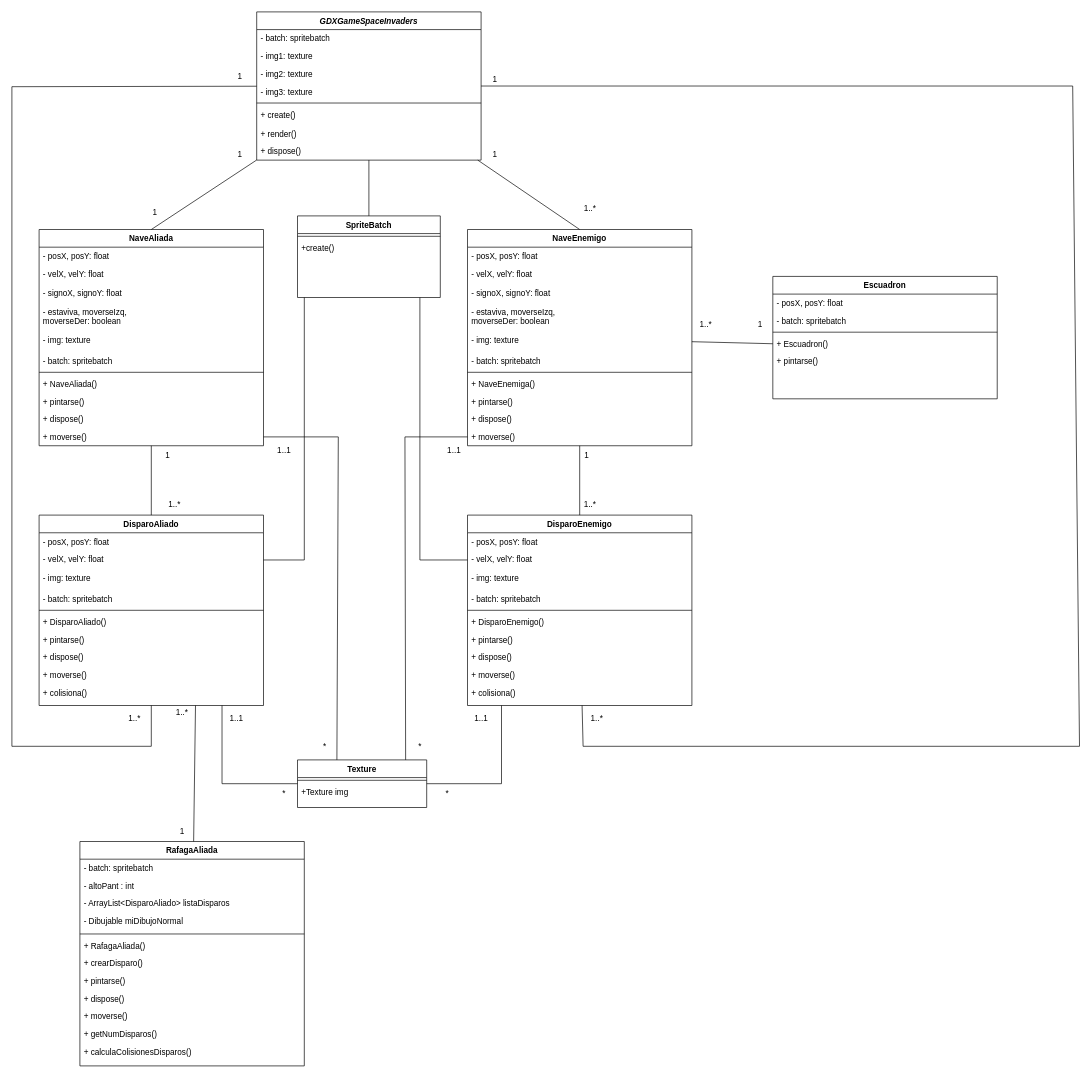
This is Diagramas/DiagramaClasesSpaceInvaders.drawio from FranBuenoBerlanga/SpaceInvadersSCRUM, a draw.io file, before an edit. Source tidied: cells renumbered, new cells numbered last; positions are measured from the earlier drawing's top-left corner, leaving out a move shared by most shapes. Both pictures are drawn from the tidied source at 68%, with x=0, y=0 at pixel (12, 12).
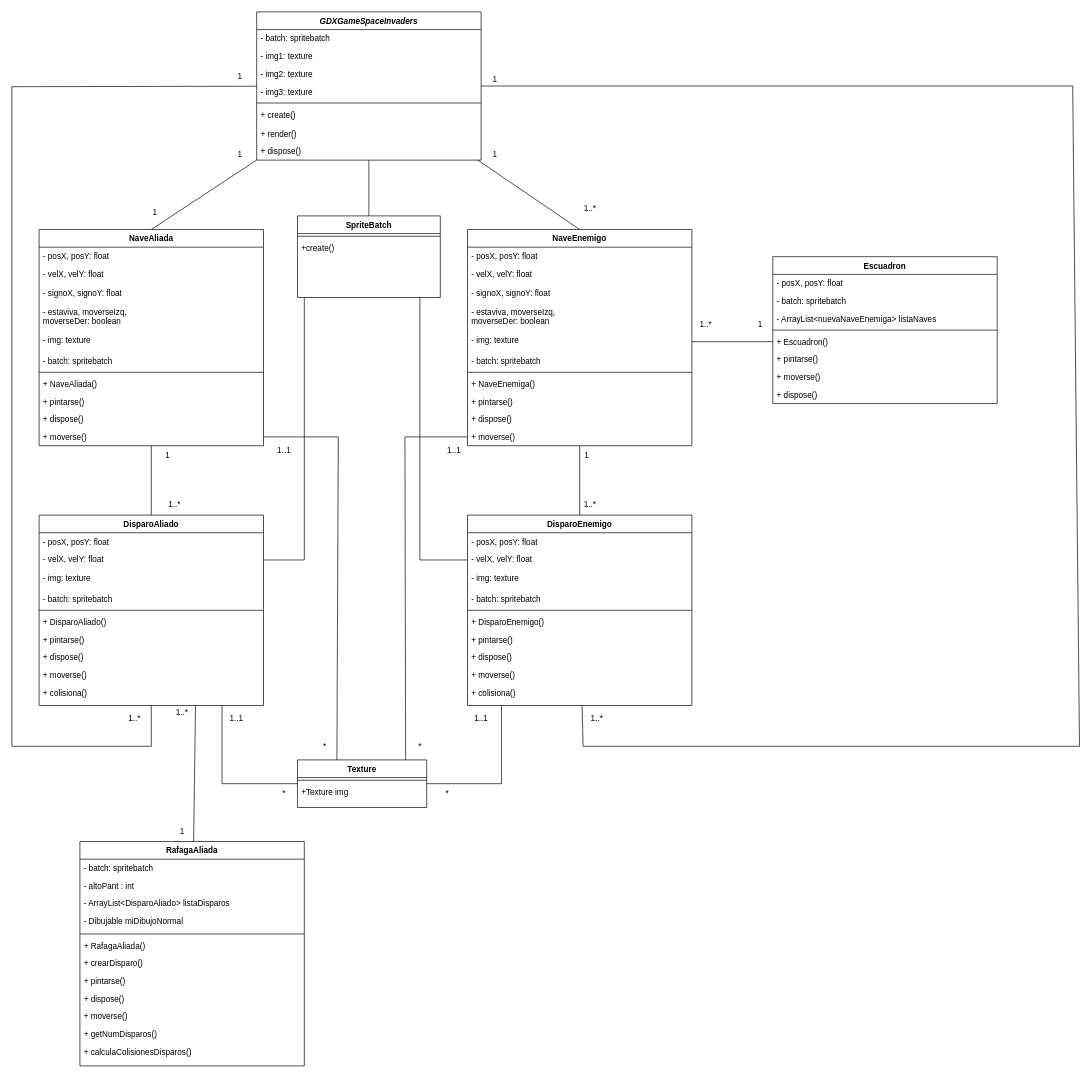
The same diagram, later.

Commit message:
Diagrama de clases SpaceInvaders actualizado

The edit, as a diff of the source:
```diff
@@
     <mxCell id="94" value="Escuadron" style="swimlane;fontStyle=1;align=center;verticalAlign=top;horizontal=1;startSize=26;rounded=0;shadow=0;strokeWidth=1;" parent="1" vertex="1">
-      <mxGeometry x="1119" y="389" width="330" height="180" as="geometry" />
+      <mxGeometry x="1119" y="360" width="330" height="216" as="geometry" />
     </mxCell>
@@
+    <mxCell id="121" value="- ArrayList&lt;nuevaNaveEnemiga&gt; listaNaves" style="text;align=left;verticalAlign=top;spacingLeft=4;spacingRight=4;overflow=hidden;" parent="94" vertex="1">
+      <mxGeometry y="78" width="330" height="26" as="geometry" />
+    </mxCell>
     <mxCell id="97" style="line;html=1;strokeWidth=1;align=left;verticalAlign=middle;spacingTop=-1;spacingLeft=3;spacingRight=3;labelPosition=right;" parent="94" vertex="1">
-      <mxGeometry y="78" width="330" height="8" as="geometry" />
+      <mxGeometry y="104" width="330" height="8" as="geometry" />
     </mxCell>
     <mxCell id="98" value="+ Escuadron()" style="text;align=left;verticalAlign=top;spacingLeft=4;spacingRight=4;overflow=hidden;points=[[0,0.5],[1,0.5]];portConstraint=eastwest;fontStyle=0;" parent="94" vertex="1">
-      <mxGeometry y="86" width="330" height="26" as="geometry" />
+      <mxGeometry y="112" width="330" height="26" as="geometry" />
     </mxCell>
     <mxCell id="99" value="+ pintarse()" style="text;align=left;verticalAlign=top;spacingLeft=4;spacingRight=4;overflow=hidden;fontStyle=0;" parent="94" vertex="1">
-      <mxGeometry y="112" width="330" height="26" as="geometry" />
+      <mxGeometry y="138" width="330" height="26" as="geometry" />
     </mxCell>
+    <mxCell id="122" value="+ moverse()" style="text;align=left;verticalAlign=top;spacingLeft=4;spacingRight=4;overflow=hidden;fontStyle=0;" parent="94" vertex="1">
+      <mxGeometry y="164" width="330" height="26" as="geometry" />
+    </mxCell>
+    <mxCell id="123" value="+ dispose()" style="text;align=left;verticalAlign=top;spacingLeft=4;spacingRight=4;overflow=hidden;fontStyle=0;" parent="94" vertex="1">
+      <mxGeometry y="190" width="330" height="26" as="geometry" />
+    </mxCell>
```
